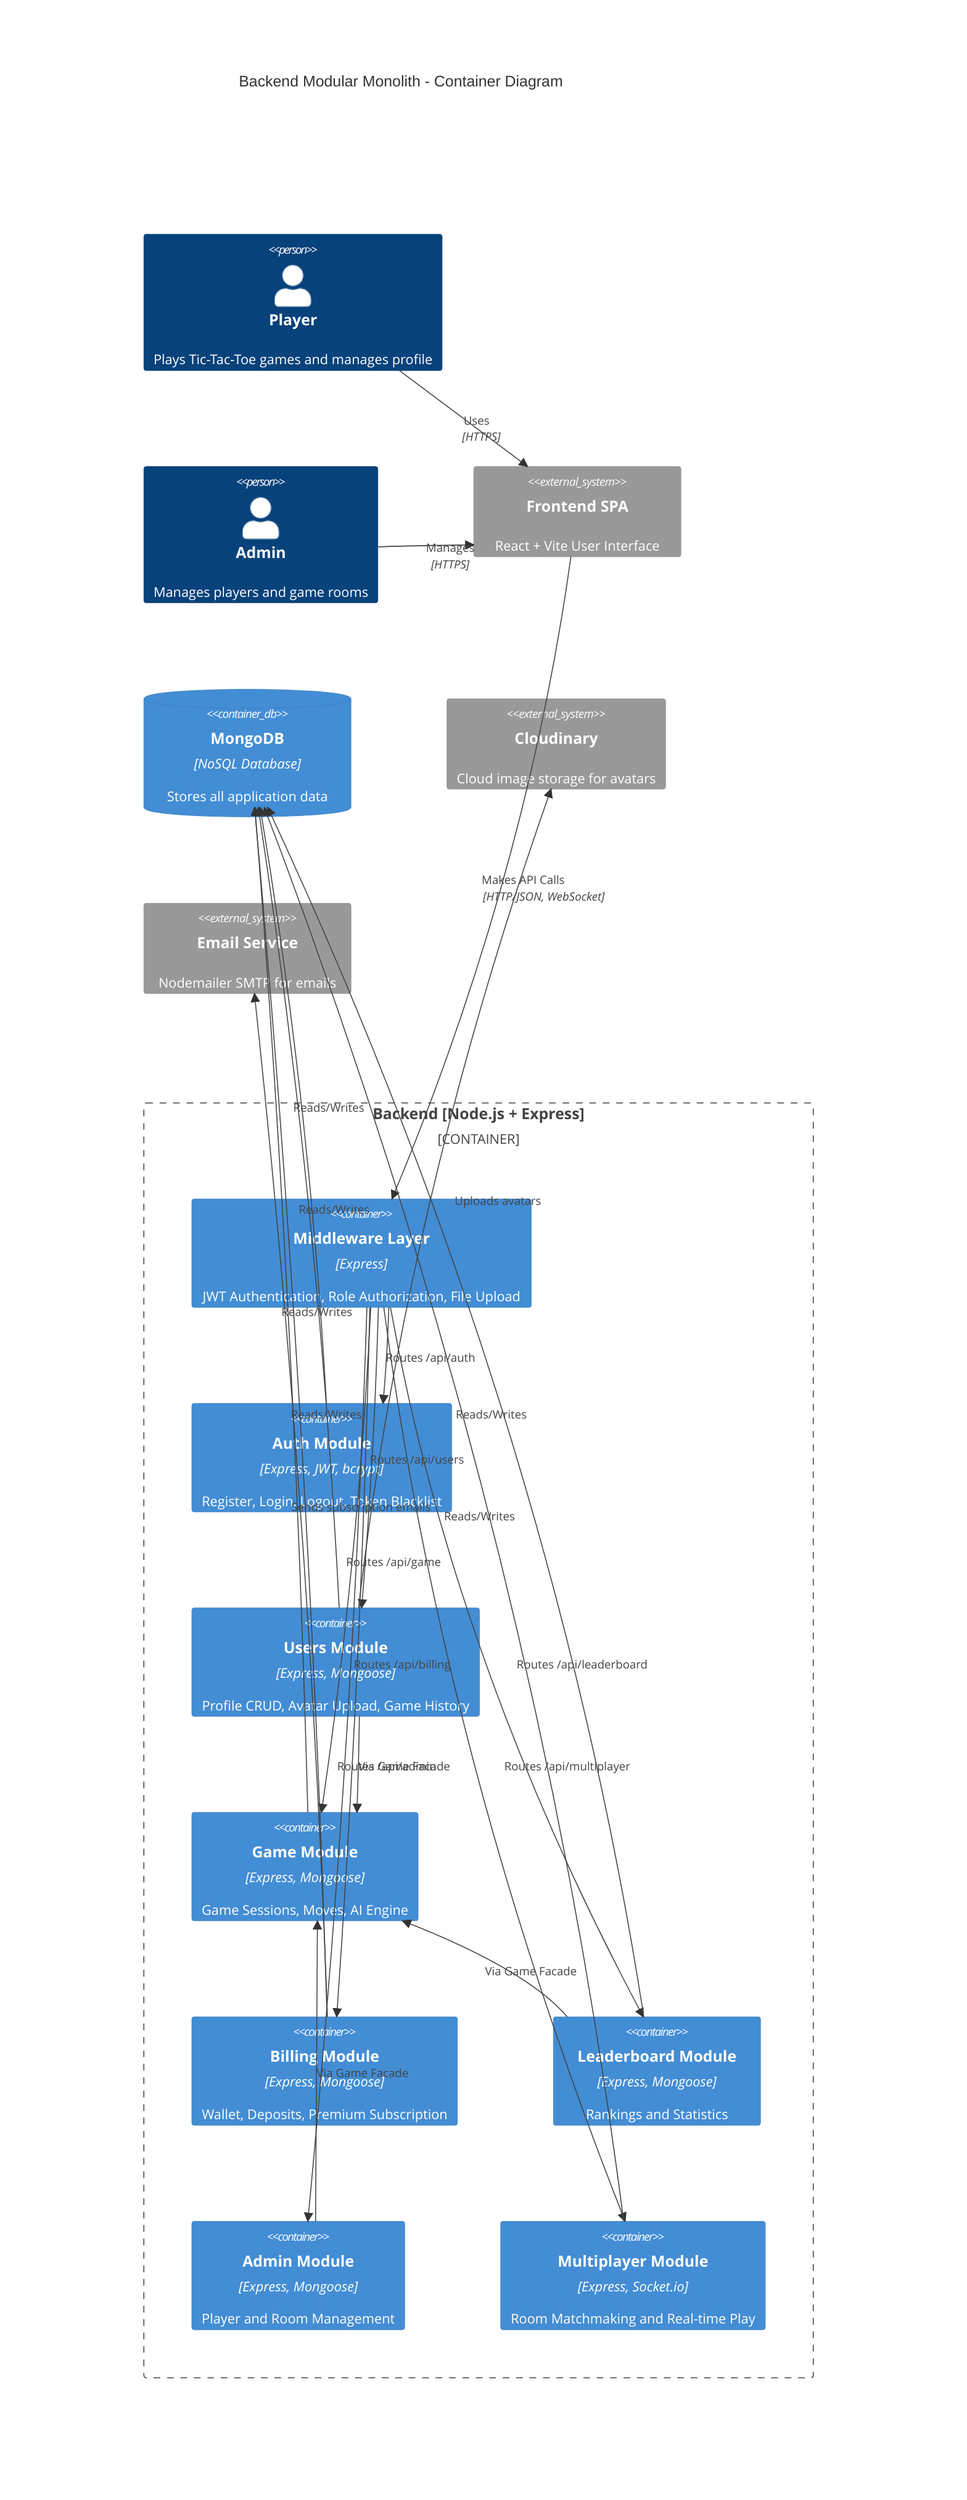
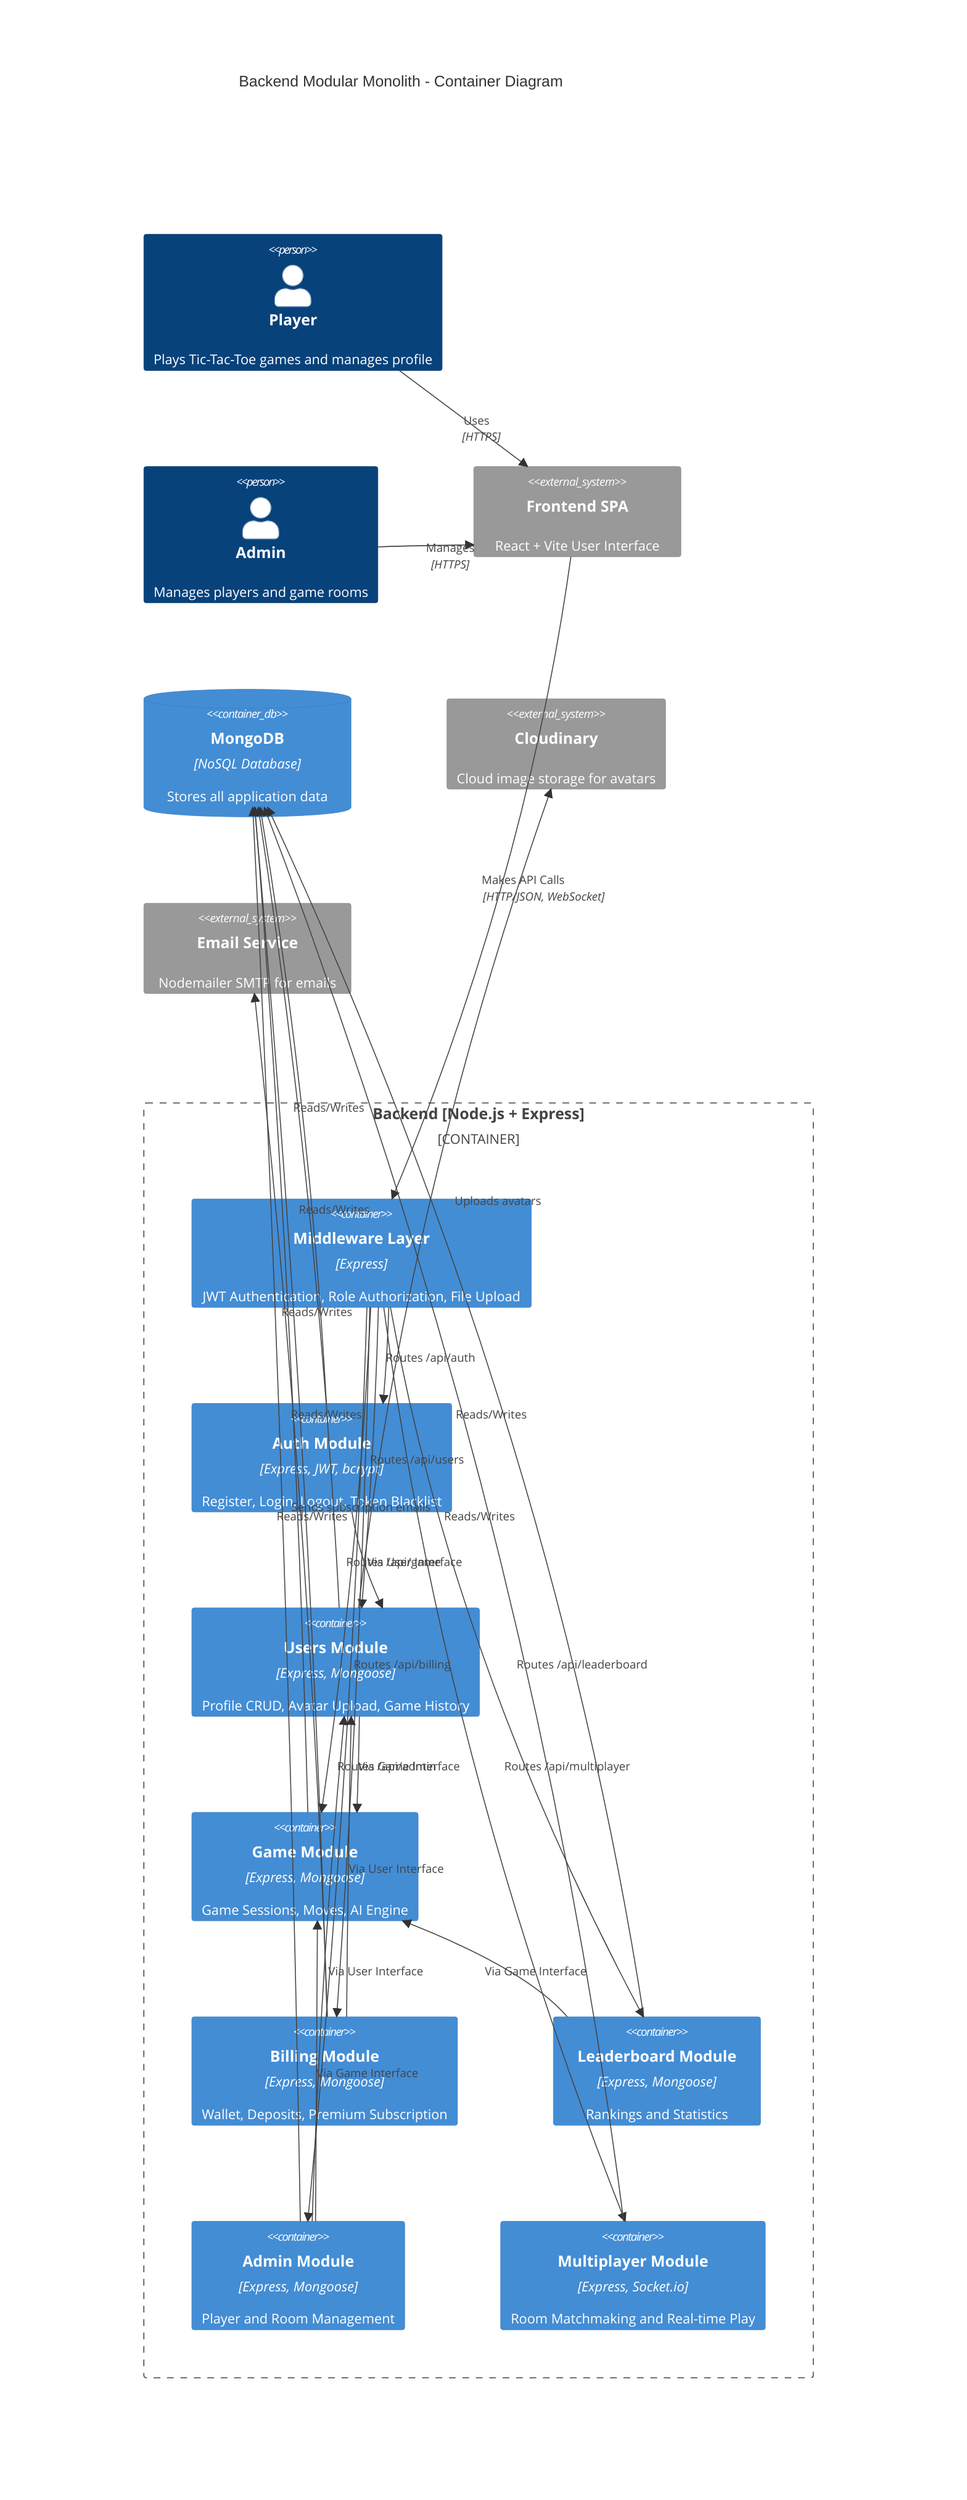
C4Container
    title Backend Modular Monolith - Container Diagram

    Person(player, "Player", "Plays Tic-Tac-Toe games and manages profile")
    Person(admin, "Admin", "Manages players and game rooms")

    System_Ext(frontend, "Frontend SPA", "React + Vite User Interface")

    Container_Boundary(backend, "Backend [Node.js + Express]") {
        Container(mw, "Middleware Layer", "Express", "JWT Authentication, Role Authorization, File Upload")
        Container(auth, "Auth Module", "Express, JWT, bcrypt", "Register, Login, Logout, Token Blacklist")
        Container(users, "Users Module", "Express, Mongoose", "Profile CRUD, Avatar Upload, Game History")
        Container(game, "Game Module", "Express, Mongoose", "Game Sessions, Moves, AI Engine")
        Container(billing, "Billing Module", "Express, Mongoose", "Wallet, Deposits, Premium Subscription")
        Container(leaderboard, "Leaderboard Module", "Express, Mongoose", "Rankings and Statistics")
        Container(adminmod, "Admin Module", "Express, Mongoose", "Player and Room Management")
        Container(multiplayer, "Multiplayer Module", "Express, Socket.io", "Room Matchmaking and Real-time Play")
    }

    ContainerDb(db, "MongoDB", "NoSQL Database", "Stores all application data")
    System_Ext(cloudinary, "Cloudinary", "Cloud image storage for avatars")
    System_Ext(smtp, "Email Service", "Nodemailer SMTP for emails")

    Rel(player, frontend, "Uses", "HTTPS")
    Rel(admin, frontend, "Manages", "HTTPS")
    Rel(frontend, mw, "Makes API Calls", "HTTP/JSON, WebSocket")
    Rel(mw, auth, "Routes /api/auth")
    Rel(mw, users, "Routes /api/users")
    Rel(mw, game, "Routes /api/game")
    Rel(mw, billing, "Routes /api/billing")
    Rel(mw, leaderboard, "Routes /api/leaderboard")
    Rel(mw, adminmod, "Routes /api/admin")
    Rel(mw, multiplayer, "Routes /api/multiplayer")
-     Rel(users, game, "Via Game Facade")
-     Rel(leaderboard, game, "Via Game Facade")
-     Rel(adminmod, game, "Via Game Facade")
+     Rel(auth, users, "Via User Interface")
+     Rel(users, game, "Via Game Interface")
+     Rel(leaderboard, game, "Via Game Interface")
+     Rel(adminmod, game, "Via Game Interface")
+     Rel(adminmod, users, "Via User Interface")
+     Rel(billing, users, "Via User Interface")
    Rel(auth, db, "Reads/Writes")
    Rel(users, db, "Reads/Writes")
    Rel(game, db, "Reads/Writes")
    Rel(billing, db, "Reads/Writes")
    Rel(leaderboard, db, "Reads/Writes")
    Rel(multiplayer, db, "Reads/Writes")
+     Rel(adminmod, db, "Reads/Writes")
    Rel(users, cloudinary, "Uploads avatars")
    Rel(billing, smtp, "Sends subscription emails")
